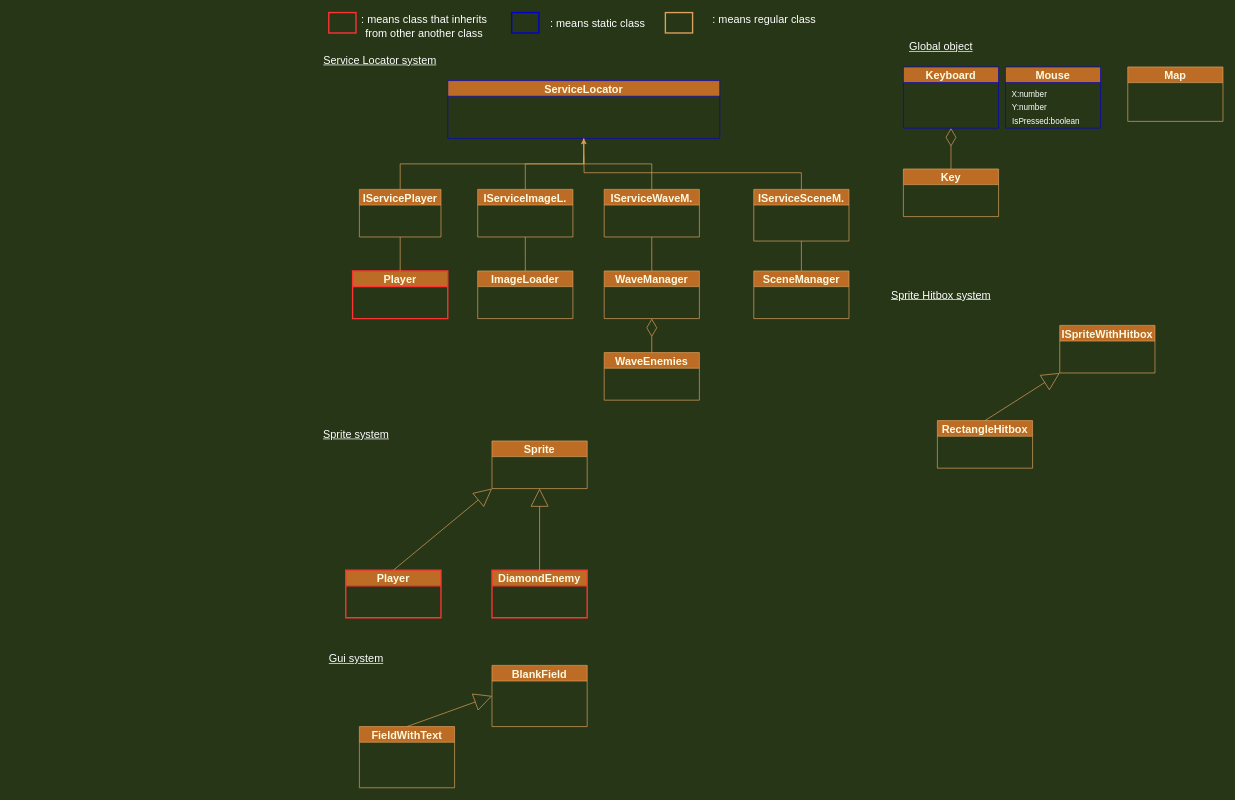
This is flow_chart/Uml.drawio from MounirAia/Web-Shoot-em-up, a draw.io file, before an edit. Source tidied: cells renumbered, new cells numbered last; positions are measured from the earlier drawing's top-left corner, leaving out a move shared by most shapes. Both pictures are drawn from the tidied source at 68%, with x=0, y=0 at pixel (318, 12).
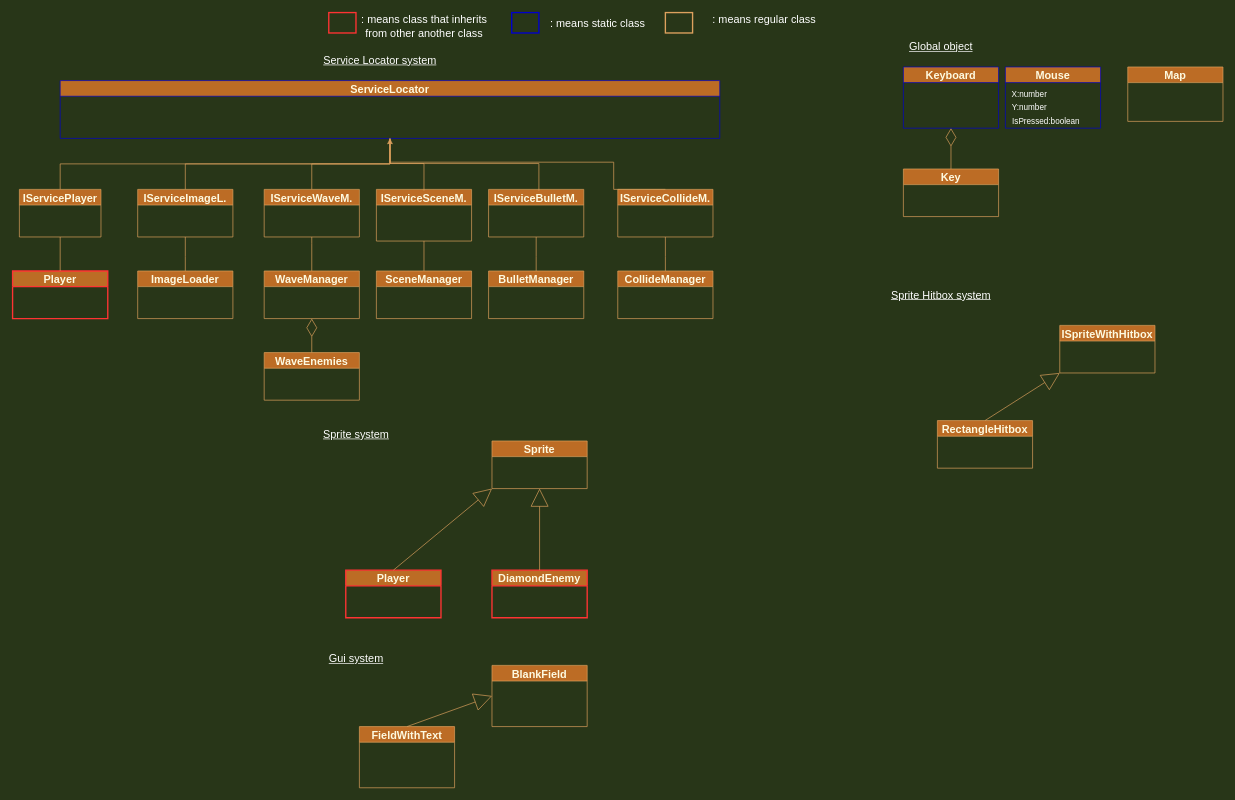
Above is the later version.

Change to the diagram source:
```diff
@@
     <mxCell id="2" value="ServiceLocator" style="swimlane;fontSize=16;fillColor=#BC6C25;strokeColor=#0000CC;fontColor=#FEFAE0;" parent="1" vertex="1">
-      <mxGeometry x="190" y="100" width="400" height="85" as="geometry" />
+      <mxGeometry x="-380" y="100" width="970" height="85" as="geometry" />
     </mxCell>
@@
     <mxCell id="4" value="Player" style="swimlane;fontSize=16;fillColor=#BC6C25;strokeColor=#FF3333;fontColor=#FEFAE0;strokeWidth=2;" parent="1" vertex="1">
-      <mxGeometry x="50" y="380" width="140" height="70" as="geometry" />
+      <mxGeometry x="-450" y="380" width="140" height="70" as="geometry" />
     </mxCell>
     <mxCell id="5" style="edgeStyle=orthogonalEdgeStyle;rounded=0;jettySize=auto;html=1;exitX=0.5;exitY=0;exitDx=0;exitDy=0;fontSize=16;endArrow=none;endFill=0;entryX=0.5;entryY=1;entryDx=0;entryDy=0;labelBackgroundColor=#283618;strokeColor=#DDA15E;fontColor=#FEFAE0;" parent="1" edge="1" source="6" target="8">
       <mxGeometry relative="1" as="geometry">
         <Array as="points">
-          <mxPoint x="490" y="340" />
-          <mxPoint x="490" y="340" />
+          <mxPoint x="-10" y="340" />
+          <mxPoint x="-10" y="340" />
         </Array>
       </mxGeometry>
     </mxCell>
     <mxCell id="6" value="WaveManager" style="swimlane;fontSize=16;fillColor=#BC6C25;strokeColor=#DDA15E;fontColor=#FEFAE0;" parent="1" vertex="1">
-      <mxGeometry x="420" y="380" width="140" height="70" as="geometry" />
+      <mxGeometry x="-80" y="380" width="140" height="70" as="geometry" />
     </mxCell>
@@
     <mxCell id="8" value="IServiceWaveM." style="swimlane;fontSize=16;fillColor=#BC6C25;strokeColor=#DDA15E;fontColor=#FEFAE0;" parent="1" vertex="1">
-      <mxGeometry x="420" y="260" width="140" height="70" as="geometry" />
+      <mxGeometry x="-80" y="260" width="140" height="70" as="geometry" />
     </mxCell>
     <mxCell id="9" value="WaveEnemies" style="swimlane;fontSize=16;fillColor=#BC6C25;strokeColor=#DDA15E;fontColor=#FEFAE0;" parent="1" vertex="1">
-      <mxGeometry x="420" y="500" width="140" height="70" as="geometry" />
+      <mxGeometry x="-80" y="500" width="140" height="70" as="geometry" />
     </mxCell>
@@
     <mxCell id="21" style="edgeStyle=orthogonalEdgeStyle;rounded=0;jettySize=auto;html=1;exitX=0.5;exitY=0;exitDx=0;exitDy=0;fontSize=16;endArrow=none;endFill=0;entryX=0.5;entryY=1;entryDx=0;entryDy=0;labelBackgroundColor=#283618;strokeColor=#DDA15E;fontColor=#FEFAE0;" parent="1" edge="1" source="22" target="23">
       <mxGeometry relative="1" as="geometry">
         <Array as="points">
-          <mxPoint x="710" y="340" />
-          <mxPoint x="710" y="340" />
+          <mxPoint x="155" y="340" />
+          <mxPoint x="155" y="340" />
         </Array>
       </mxGeometry>
     </mxCell>
     <mxCell id="22" value="SceneManager" style="swimlane;fontSize=16;fillColor=#BC6C25;strokeColor=#DDA15E;fontColor=#FEFAE0;" parent="1" vertex="1">
-      <mxGeometry x="640" y="380" width="140" height="70" as="geometry" />
+      <mxGeometry x="85" y="380" width="140" height="70" as="geometry" />
     </mxCell>
     <mxCell id="23" value="IServiceSceneM." style="swimlane;fontSize=16;fillColor=#BC6C25;strokeColor=#DDA15E;fontColor=#FEFAE0;" parent="1" vertex="1">
-      <mxGeometry x="640" y="260" width="140" height="76" as="geometry" />
+      <mxGeometry x="85" y="260" width="140" height="76" as="geometry" />
     </mxCell>
-    <mxCell id="24" style="edgeStyle=orthogonalEdgeStyle;rounded=0;jettySize=auto;html=1;fontSize=16;endArrow=none;endFill=0;labelBackgroundColor=#283618;strokeColor=#DDA15E;fontColor=#FEFAE0;exitX=0.5;exitY=0;exitDx=0;exitDy=0;" parent="1" edge="1" source="23">
+    <mxCell id="24" style="edgeStyle=orthogonalEdgeStyle;rounded=0;orthogonalLoop=1;jettySize=auto;html=1;fontSize=16;endArrow=none;endFill=0;labelBackgroundColor=#283618;strokeColor=#DDA15E;fontColor=#FEFAE0;exitX=0.5;exitY=0;exitDx=0;exitDy=0;entryX=0.5;entryY=1;entryDx=0;entryDy=0;" parent="1" edge="1">
       <mxGeometry relative="1" as="geometry">
-        <mxPoint x="390" y="210" as="targetPoint" />
+        <mxPoint x="155" y="262" as="sourcePoint" />
+        <mxPoint x="105" y="187" as="targetPoint" />
+        <Array as="points">
+          <mxPoint x="155" y="222" />
+          <mxPoint x="105" y="222" />
+        </Array>
       </mxGeometry>
     </mxCell>
     <mxCell id="25" value="IServicePlayer" style="swimlane;fontSize=16;fillColor=#BC6C25;strokeColor=#DDA15E;fontColor=#FEFAE0;" parent="1" vertex="1">
-      <mxGeometry x="60" y="260" width="120" height="70" as="geometry" />
+      <mxGeometry x="-440" y="260" width="120" height="70" as="geometry" />
     </mxCell>
@@
     <mxCell id="28" style="edgeStyle=orthogonalEdgeStyle;rounded=0;jettySize=auto;html=1;exitX=0.5;exitY=0;exitDx=0;exitDy=0;fontSize=16;endArrow=none;endFill=0;entryX=0.5;entryY=1;entryDx=0;entryDy=0;labelBackgroundColor=#283618;strokeColor=#DDA15E;fontColor=#FEFAE0;" parent="1" edge="1" source="29" target="30">
       <mxGeometry relative="1" as="geometry">
         <Array as="points">
-          <mxPoint x="304" y="359" />
-          <mxPoint x="304" y="359" />
+          <mxPoint x="-196" y="359" />
+          <mxPoint x="-196" y="359" />
         </Array>
       </mxGeometry>
     </mxCell>
     <mxCell id="29" value="ImageLoader" style="swimlane;fontSize=16;fillColor=#BC6C25;strokeColor=#DDA15E;fontColor=#FEFAE0;" parent="1" vertex="1">
-      <mxGeometry x="234" y="380" width="140" height="70" as="geometry" />
+      <mxGeometry x="-266" y="380" width="140" height="70" as="geometry" />
     </mxCell>
     <mxCell id="30" value="IServiceImageL." style="swimlane;fontSize=16;fillColor=#BC6C25;strokeColor=#DDA15E;fontColor=#FEFAE0;" parent="1" vertex="1">
-      <mxGeometry x="234" y="260" width="140" height="70" as="geometry" />
+      <mxGeometry x="-266" y="260" width="140" height="70" as="geometry" />
     </mxCell>
@@
+    <mxCell id="51" style="edgeStyle=orthogonalEdgeStyle;rounded=0;jettySize=auto;html=1;exitX=0.5;exitY=0;exitDx=0;exitDy=0;fontSize=16;endArrow=none;endFill=0;entryX=0.5;entryY=1;entryDx=0;entryDy=0;labelBackgroundColor=#283618;strokeColor=#DDA15E;fontColor=#FEFAE0;" parent="1" edge="1" source="52" target="53">
+      <mxGeometry relative="1" as="geometry">
+        <Array as="points">
+          <mxPoint x="320" y="359" />
+          <mxPoint x="320" y="359" />
+        </Array>
+      </mxGeometry>
+    </mxCell>
+    <mxCell id="52" value="BulletManager" style="swimlane;fontSize=16;fillColor=#BC6C25;strokeColor=#DDA15E;fontColor=#FEFAE0;startSize=23;" parent="1" vertex="1">
+      <mxGeometry x="250" y="380" width="140" height="70" as="geometry" />
+    </mxCell>
+    <mxCell id="53" value="IServiceBulletM." style="swimlane;fontSize=16;fillColor=#BC6C25;strokeColor=#DDA15E;fontColor=#FEFAE0;" parent="1" vertex="1">
+      <mxGeometry x="250" y="260" width="140" height="70" as="geometry" />
+    </mxCell>
+    <mxCell id="54" style="edgeStyle=orthogonalEdgeStyle;rounded=0;orthogonalLoop=1;jettySize=auto;html=1;fontSize=16;endArrow=none;endFill=0;labelBackgroundColor=#283618;strokeColor=#DDA15E;fontColor=#FEFAE0;exitX=0.5;exitY=0;exitDx=0;exitDy=0;entryX=0.5;entryY=1;entryDx=0;entryDy=0;" parent="1" edge="1">
+      <mxGeometry relative="1" as="geometry">
+        <mxPoint x="324" y="262" as="sourcePoint" />
+        <mxPoint x="105" y="187" as="targetPoint" />
+        <Array as="points">
+          <mxPoint x="324" y="222" />
+          <mxPoint x="105" y="222" />
+        </Array>
+      </mxGeometry>
+    </mxCell>
+    <mxCell id="55" style="edgeStyle=orthogonalEdgeStyle;rounded=0;jettySize=auto;html=1;exitX=0.5;exitY=0;exitDx=0;exitDy=0;fontSize=16;endArrow=none;endFill=0;entryX=0.5;entryY=1;entryDx=0;entryDy=0;labelBackgroundColor=#283618;strokeColor=#DDA15E;fontColor=#FEFAE0;" parent="1" edge="1" source="56" target="57">
+      <mxGeometry relative="1" as="geometry">
+        <Array as="points">
+          <mxPoint x="510" y="359" />
+          <mxPoint x="510" y="359" />
+        </Array>
+      </mxGeometry>
+    </mxCell>
+    <mxCell id="56" value="CollideManager" style="swimlane;fontSize=16;fillColor=#BC6C25;strokeColor=#DDA15E;fontColor=#FEFAE0;startSize=23;" parent="1" vertex="1">
+      <mxGeometry x="440" y="380" width="140" height="70" as="geometry" />
+    </mxCell>
+    <mxCell id="57" value="IServiceCollideM." style="swimlane;fontSize=16;fillColor=#BC6C25;strokeColor=#DDA15E;fontColor=#FEFAE0;" parent="1" vertex="1">
+      <mxGeometry x="440" y="260" width="140" height="70" as="geometry" />
+    </mxCell>
+    <mxCell id="58" style="edgeStyle=orthogonalEdgeStyle;rounded=0;jettySize=auto;html=1;fontSize=16;endArrow=none;endFill=0;labelBackgroundColor=#283618;strokeColor=#DDA15E;fontColor=#FEFAE0;exitX=0.5;exitY=0;exitDx=0;exitDy=0;entryX=0.5;entryY=1;entryDx=0;entryDy=0;" parent="1" edge="1" source="57" target="2">
+      <mxGeometry relative="1" as="geometry">
+        <Array as="points">
+          <mxPoint x="434" y="260" />
+          <mxPoint x="434" y="220" />
+          <mxPoint x="105" y="220" />
+        </Array>
+      </mxGeometry>
+    </mxCell>
```
